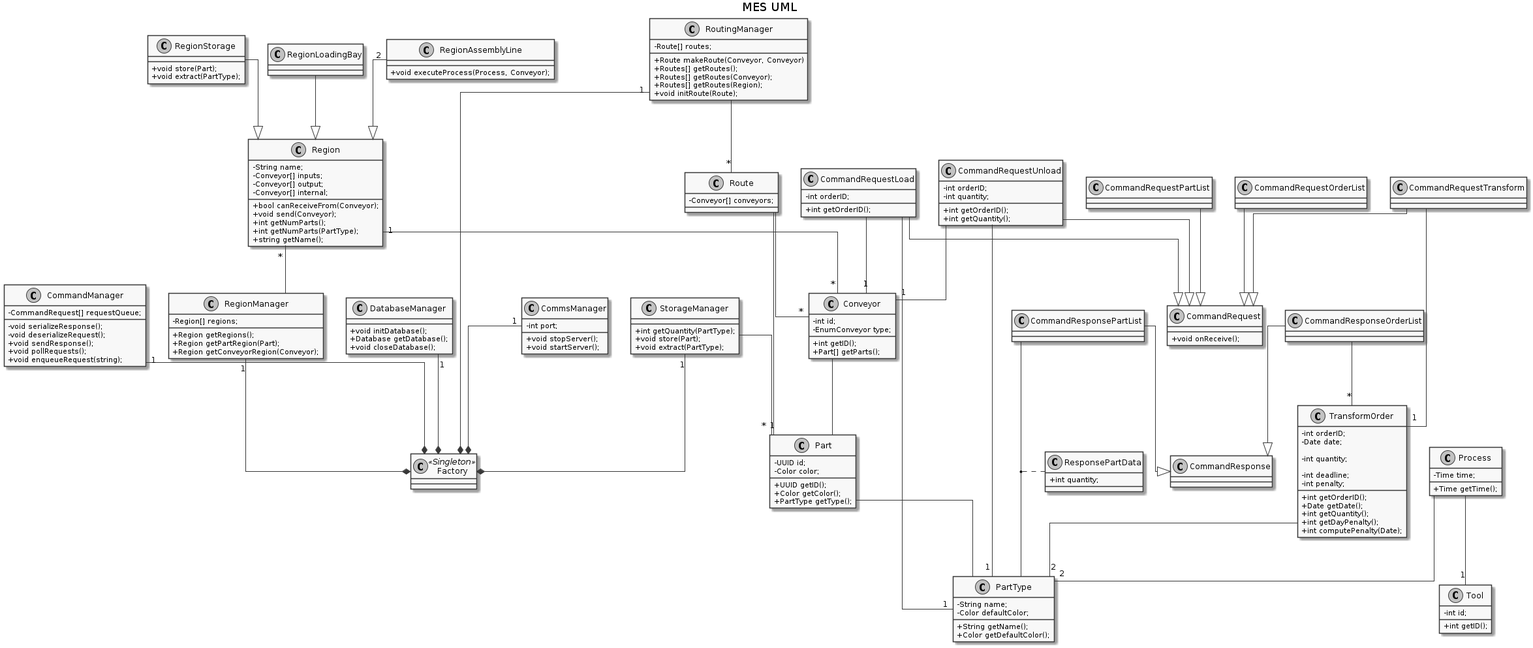
This is docs/classes_uml/mes.png from avrocha/plant-floor-control, a PlantUML export, as it was before one commit. The source it was exported from:
```plantuml
@startuml
skinparam linetype ortho
skinparam Monochrome true
skinparam classAttributeIconSize 0

title MES UML

class Factory <<Singleton>> {

}

CommandManager "1"--* Factory
DatabaseManager "1"--* Factory
StorageManager "1"--* Factory
RoutingManager "1"--* Factory
RegionManager "1"--* Factory
CommsManager "1"--* Factory


class PartType {
  - String name;
  - Color defaultColor;

  + String getName();
  + Color getDefaultColor();
}

class Part {
  - UUID id;
  - Color color;

  + UUID getID();
  + Color getColor();
  + PartType getType();
}

Part -- PartType

class Tool {
  - int id;

  + int getID();
}


class Conveyor {
  - int id;
  - EnumConveyor type;

  + int getID();
  + Part[] getParts();
}

Conveyor -- Part

class RegionManager{
  - Region[] regions;
  + Region getRegions();
  + Region getPartRegion(Part);
  + Region getConveyorRegion(Conveyor);
}

class Region {
  - String name;
  - Conveyor[] inputs;
  - Conveyor[] output;
  - Conveyor[] internal;

  + bool canReceiveFrom(Conveyor);
  + void send(Conveyor);
  + int getNumParts();
  + int getNumParts(PartType);
  + string getName();
}

Region "1" -- "*" Conveyor
Region "*"-- RegionManager

class RegionStorage {
  + void store(Part);
  + void extract(PartType);
}

RegionStorage --|> Region

class RegionLoadingBay {
}

RegionLoadingBay --|> Region

class RegionAssemblyLine {
  + void executeProcess(Process, Conveyor);
}

RegionAssemblyLine "2"--|> Region


class Process {
  - Time time;

  + Time getTime();
}

Process -- "2" PartType
Process -- "1" Tool



class CommandManager{
  - CommandRequest[] requestQueue;

  - void serializeResponse();
  - void deserializeRequest();
  + void sendResponse();
  + void pollRequests();
  + void enqueueRequest(string);
}

class CommandRequest {
  + void onReceive();
}

class CommandRequestTransform {
}

CommandRequestTransform --|> CommandRequest
CommandRequestTransform --"1" TransformOrder
TransformOrder -- "2" PartType


class CommandRequestUnload {
  - int orderID;
  - int quantity;

  + int getOrderID();
  + int getQuantity();
}

CommandRequestUnload --|> CommandRequest
CommandRequestUnload -- "1" Conveyor
CommandRequestUnload -- "1" PartType

class CommandRequestLoad {
  - int orderID;

  + int getOrderID();
}

CommandRequestLoad --|> CommandRequest
CommandRequestLoad -- "1" Conveyor
CommandRequestLoad -- "1" PartType

class CommandRequestOrderList {
}

CommandRequestOrderList --|> CommandRequest

class CommandRequestPartList {
}

CommandRequestPartList --|> CommandRequest

class TransformOrder{
  - int orderID;
  - Date date;

  - int quantity;

  - int deadline;
  - int penalty;

  + int getOrderID();
  + Date getDate();
  + int getQuantity();
  + int getDayPenalty();
  + int computePenalty(Date);
}


class CommandResponse {
}

class CommandResponseOrderList {
}

CommandResponseOrderList --|> CommandResponse
CommandResponseOrderList --"*" TransformOrder

class CommandResponsePartList {
}

(CommandResponsePartList, PartType) .. ResponsePartData

class ResponsePartData {
  + int quantity;
}

CommandResponsePartList --|> CommandResponse

class RoutingManager{
  - Route[] routes;

  + Route makeRoute(Conveyor, Conveyor)
  + Routes[] getRoutes();
  + Routes[] getRoutes(Conveyor);
  + Routes[] getRoutes(Region);
  + void initRoute(Route);
}

RoutingManager --"*" Route

class Route{
  -Conveyor[] conveyors;
}

Route --"*" Conveyor
Route --"1" Part

class DatabaseManager{

  + void initDatabase();
  + Database getDatabase();
  + void closeDatabase();
}

class StorageManager{
  + int getQuantity(PartType);
  + void store(Part);
  + void extract(PartType);
}

StorageManager -- "*" Part

class CommsManager{
  - int port;

  + void stopServer();
  + void startServer();
}

@enduml
```
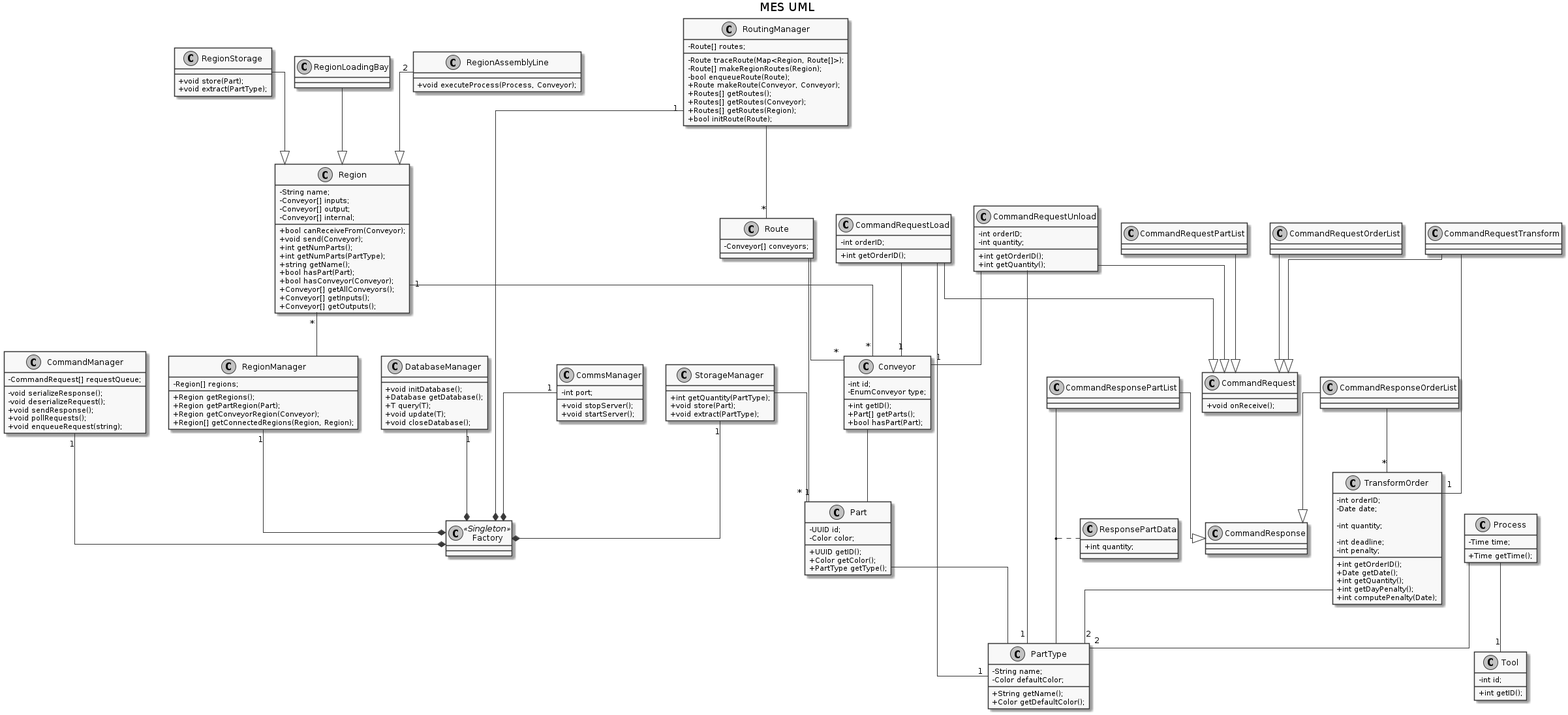
After the change.

Diff of the diagram source:
```diff
@@ -49,6 +49,7 @@
 
   + int getID();
   + Part[] getParts();
+  + bool hasPart(Part);
 }
 
 Conveyor -- Part
@@ -58,6 +59,7 @@
   + Region getRegions();
   + Region getPartRegion(Part);
   + Region getConveyorRegion(Conveyor);
+  + Region[] getConnectedRegions(Region, Region);
 }
 
 class Region {
@@ -71,6 +73,11 @@
   + int getNumParts();
   + int getNumParts(PartType);
   + string getName();
+  + bool hasPart(Part);
+  + bool hasConveyor(Conveyor);
+  + Conveyor[] getAllConveyors();
+  + Conveyor[] getInputs();
+  + Conveyor[] getOutputs();
 }
 
 Region "1" -- "*" Conveyor
@@ -200,11 +207,14 @@
 class RoutingManager{
   - Route[] routes;
 
-  + Route makeRoute(Conveyor, Conveyor)
+  - Route traceRoute(Map<Region, Route[]>);
+  - Route[] makeRegionRoutes(Region);
+  - bool enqueueRoute(Route);
+  + Route makeRoute(Conveyor, Conveyor);
   + Routes[] getRoutes();
   + Routes[] getRoutes(Conveyor);
   + Routes[] getRoutes(Region);
-  + void initRoute(Route);
+  + bool initRoute(Route);
 }
 
 RoutingManager --"*" Route
@@ -220,6 +230,8 @@
 
   + void initDatabase();
   + Database getDatabase();
+  + T query(T);
+  + void update(T);
   + void closeDatabase();
 }
 
```
